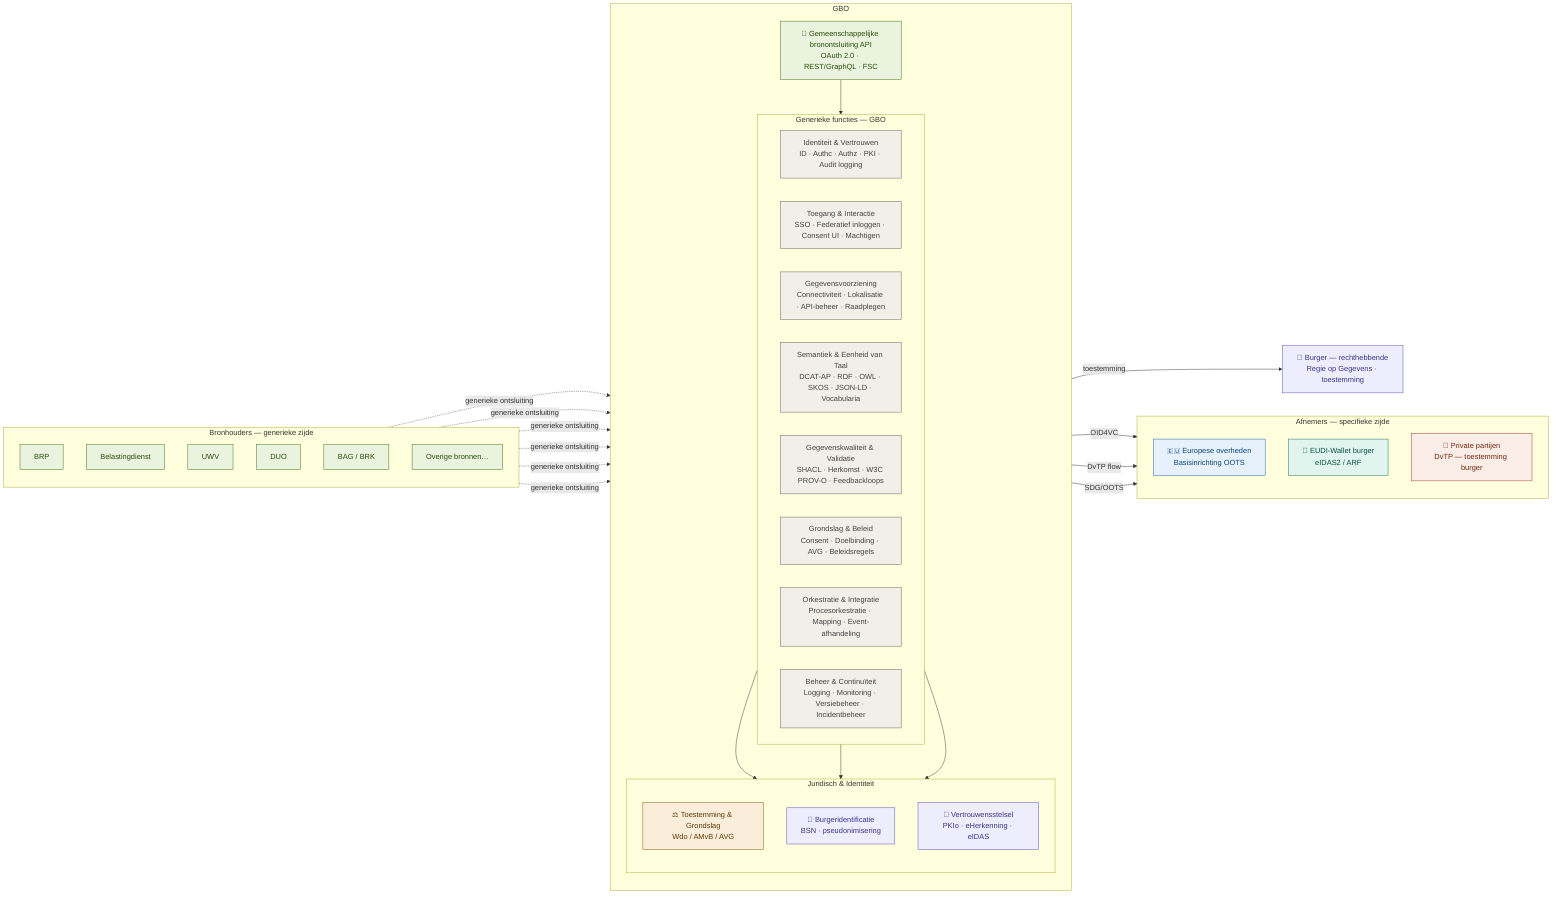
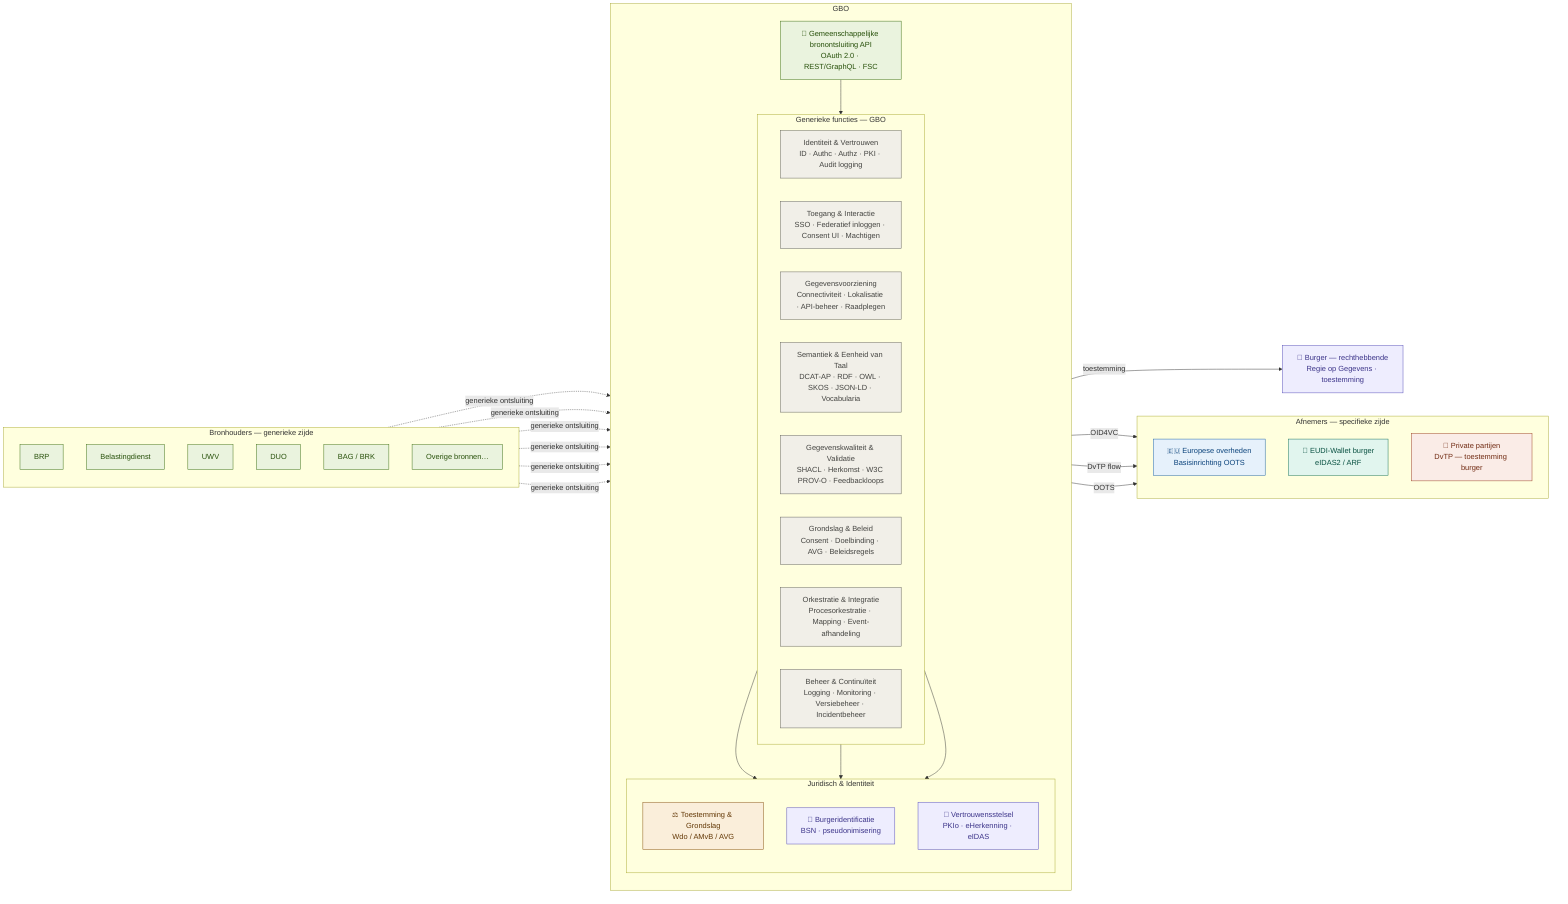
graph LR
    %% ── Bronhouders (links) ──────────────────────────────────
    subgraph BRH["Bronhouders — generieke zijde"]
        direction TB
        BRP["BRP"]
        BD["Belastingdienst"]
        UWV["UWV"]
        DUO["DUO"]
        BAG["BAG / BRK"]
        OV["Overige bronnen…"]
    end

    %% ── GBO Kern (midden) ────────────────────────────────────
    subgraph GBO["GBO"]
        direction TB

        subgraph TRUST["Juridisch &amp; Identiteit"]
            direction TB
            TG["⚖️ Toestemming &amp; Grondslag<br />Wdo / AMvB / AVG"]
            BI["🪪 Burgeridentificatie<br />BSN · pseudonimisering"]
            VS["🔐 Vertrouwensstelsel<br />PKIo · eHerkenning · eIDAS"]
        end

        subgraph FUNC["Generieke functies — GBO"]
            direction LR
            F1["Identiteit &amp; Vertrouwen<br />ID · Authc · Authz · PKI · Audit logging"]
            F2["Toegang &amp; Interactie<br />SSO · Federatief inloggen · Consent UI · Machtigen"]
            F3["Gegevensvoorziening<br />Connectiviteit · Lokalisatie · API-beheer · Raadplegen"]
            F4["Semantiek &amp; Eenheid van Taal<br />DCAT-AP · RDF · OWL · SKOS · JSON-LD · Vocabularia"]
            F5["Gegevenskwaliteit &amp; Validatie<br />SHACL · Herkomst · W3C PROV-O · Feedbackloops"]
            F6["Grondslag &amp; Beleid<br />Consent · Doelbinding · AVG · Beleidsregels"]
            F7["Orkestratie &amp; Integratie<br />Procesorkestratie · Mapping · Event-afhandeling"]
            F8["Beheer &amp; Continuïteit<br />Logging · Monitoring · Versiebeheer · Incidentbeheer"]
        end

        BRON_API["🔗 Gemeenschappelijke bronontsluiting API<br />OAuth 2.0 · REST/GraphQL · FSC"]
    end

    %% ── Burger (onderaan) ────────────────────────────────────
    BRG["👤 Burger — rechthebbende<br />Regie op Gegevens · toestemming"]

    %% ── Afnemers (rechts) ────────────────────────────────────
    subgraph AFN["Afnemers — specifieke zijde"]
        direction TB
        EU["🇪🇺 Europese overheden<br />Basisinrichting OOTS"]
        EDI["📱 EUDI-Wallet burger<br />eIDAS2 / ARF"]
        PP["🏢 Private partijen<br />DvTP — toestemming burger"]
    end

    %% ── Verbindingen ─────────────────────────────────────────
    BRP -.->|generieke ontsluiting| BRON_API
    BD  -.->|generieke ontsluiting| BRON_API
    UWV -.->|generieke ontsluiting| BRON_API
    DUO -.->|generieke ontsluiting| BRON_API
    BAG -.->|generieke ontsluiting| BRON_API
    OV  -.->|generieke ontsluiting| BRON_API

    BRON_API --> FUNC

    FUNC --> TG
    FUNC --> BI
    FUNC --> VS

-     FUNC -->|SDG/OOTS| EU
+     FUNC -->|OOTS| EU
    BI -->|OID4VC| EDI
    TG -->|DvTP flow| PP

    TG -->|toestemming| BRG

    %% ── Stijlen ──────────────────────────────────────────────
    classDef afnemer_private fill:#FAECE7,stroke:#993C1D,color:#712B13
    classDef afnemer_eu      fill:#E6F1FB,stroke:#185FA5,color:#0C447C
    classDef afnemer_edi     fill:#E1F5EE,stroke:#0F6E56,color:#085041
    classDef juridisch       fill:#FAEEDA,stroke:#854F0B,color:#633806
    classDef identiteit      fill:#EEEDFE,stroke:#534AB7,color:#3C3489
    classDef generiek        fill:#F1EFE8,stroke:#5F5E5A,color:#444441
    classDef bronontsluiting fill:#EAF3DE,stroke:#3B6D11,color:#27500A
    classDef bronhouder      fill:#EAF3DE,stroke:#3B6D11,color:#27500A
    classDef burger          fill:#EEEDFE,stroke:#534AB7,color:#3C3489

    class PP afnemer_private
    class EU afnemer_eu
    class EDI afnemer_edi
    class TG juridisch
    class BI,VS identiteit
    class F1,F2,F3,F4,F5,F6,F7,F8 generiek
    class BRON_API bronontsluiting
    class BRP,BD,UWV,DUO,BAG,OV bronhouder
    class BRG burger
